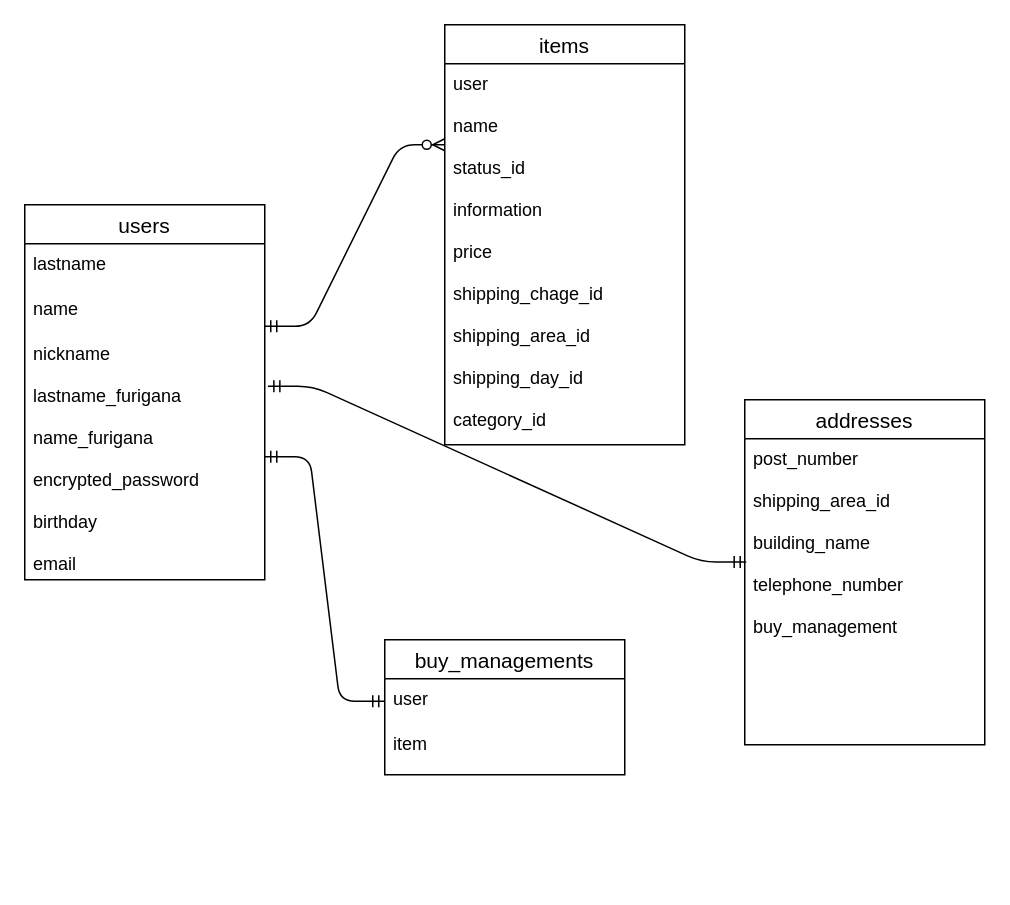
Before: test.dio in Hiroyuki0083/furima-32367, a draw.io diagram. Source tidied: cells renumbered, new cells numbered last; positions are measured from the earlier drawing's top-left corner, leaving out a move shared by most shapes. Both pictures are drawn from the tidied source at 150%, with x=0, y=0 at pixel (24, 24).
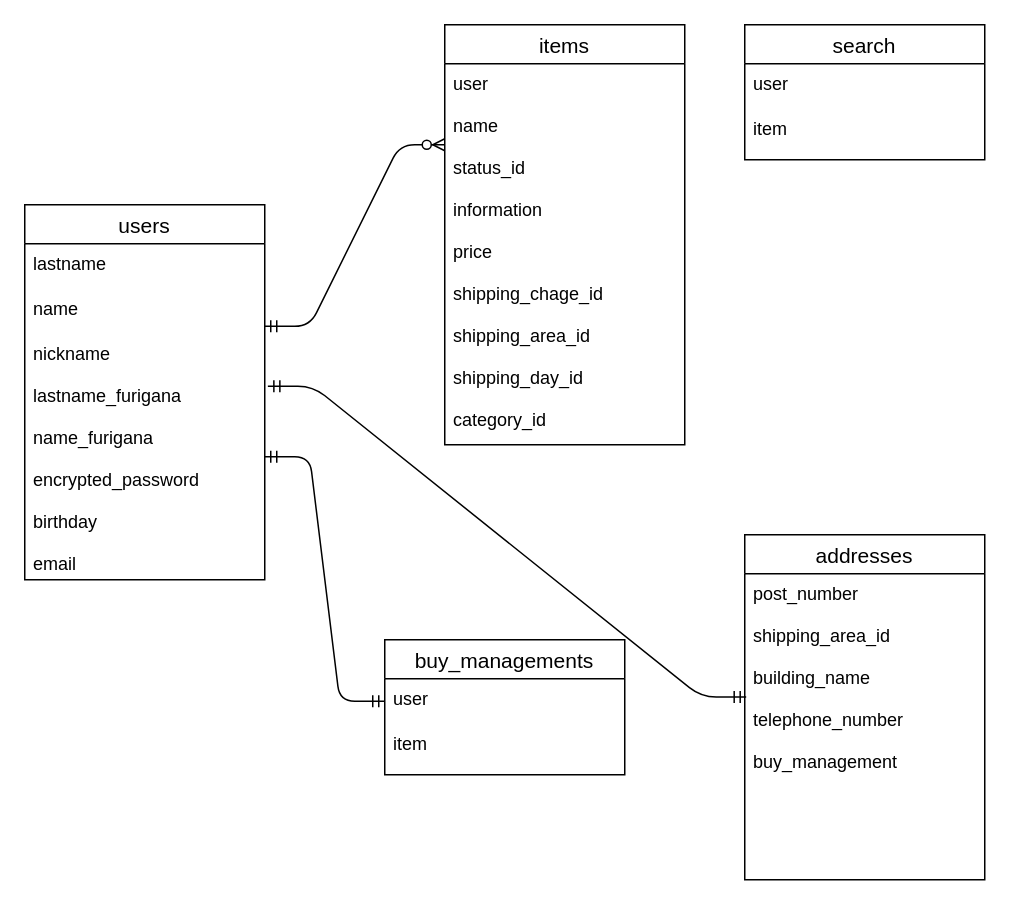
After the change.

Commit message (it also covers changes not shown here):
search_category、productモデル作成

The edit, as a diff of the source:
```diff
@@
 <mxGraphModel>
   <root>
     <mxCell id="0" />
     <mxCell id="1" parent="0" />
     <mxCell id="2" value="users" style="swimlane;fontStyle=0;horizontal=1;startSize=26;align=center;fontSize=14;" parent="1" vertex="1">
       <mxGeometry y="120" width="160" height="250" as="geometry" />
     </mxCell>
     <mxCell id="3" value="lastname" style="text;strokeColor=none;fillColor=none;spacingLeft=4;spacingRight=4;overflow=hidden;fontSize=12;" parent="2" vertex="1">
       <mxGeometry y="26" width="160" height="30" as="geometry" />
     </mxCell>
     <mxCell id="4" value="name" style="text;strokeColor=none;fillColor=none;spacingLeft=4;spacingRight=4;overflow=hidden;points=[[0,0.5],[1,0.5]];portConstraint=eastwest;fontSize=12;" parent="2" vertex="1">
       <mxGeometry y="56" width="160" height="30" as="geometry" />
     </mxCell>
     <mxCell id="5" value="nickname&#10;&#10;lastname_furigana&#10;&#10;name_furigana&#10;&#10;encrypted_password&#10;&#10;birthday&#10;&#10;email" style="text;strokeColor=none;fillColor=none;spacingLeft=4;spacingRight=4;overflow=hidden;points=[[0,0.5],[1,0.5]];portConstraint=eastwest;fontSize=12;" parent="2" vertex="1">
       <mxGeometry y="86" width="160" height="164" as="geometry" />
     </mxCell>
     <mxCell id="6" value="buy_managements" style="swimlane;fontStyle=0;horizontal=1;startSize=26;align=center;fontSize=14;" parent="1" vertex="1">
       <mxGeometry x="240" y="410" width="160" height="90" as="geometry" />
     </mxCell>
     <mxCell id="7" value="user" style="text;strokeColor=none;fillColor=none;spacingLeft=4;spacingRight=4;overflow=hidden;points=[[0,0.5],[1,0.5]];portConstraint=eastwest;fontSize=12;" parent="6" vertex="1">
       <mxGeometry y="26" width="160" height="30" as="geometry" />
     </mxCell>
     <mxCell id="8" value="item" style="text;strokeColor=none;fillColor=none;spacingLeft=4;spacingRight=4;overflow=hidden;fontSize=12;" parent="6" vertex="1">
       <mxGeometry y="56" width="160" height="34" as="geometry" />
     </mxCell>
     <mxCell id="9" value="items" style="swimlane;fontStyle=0;horizontal=1;startSize=26;align=center;fontSize=14;" parent="1" vertex="1">
       <mxGeometry x="280" width="160" height="280" as="geometry" />
     </mxCell>
     <mxCell id="10" value="user&#10;&#10;name&#10;&#10;status_id&#10;&#10;information&#10;&#10;price&#10;&#10;shipping_chage_id&#10;&#10;shipping_area_id&#10;&#10;shipping_day_id&#10;&#10;category_id" style="text;strokeColor=none;fillColor=none;spacingLeft=4;spacingRight=4;overflow=hidden;fontSize=12;" parent="9" vertex="1">
       <mxGeometry y="26" width="160" height="254" as="geometry" />
     </mxCell>
     <mxCell id="11" style="edgeStyle=entityRelationEdgeStyle;fontSize=12;html=1;endArrow=ERzeroToMany;startArrow=ERmandOne;exitX=1;exitY=0.833;exitDx=0;exitDy=0;exitPerimeter=0;" parent="1" edge="1" source="4">
       <mxGeometry relative="1" as="geometry">
         <mxPoint x="280" y="80" as="targetPoint" />
       </mxGeometry>
     </mxCell>
     <mxCell id="12" style="edgeStyle=entityRelationEdgeStyle;fontSize=12;html=1;endArrow=ERmandOne;startArrow=ERmandOne;entryX=0;entryY=0.5;entryDx=0;entryDy=0;" parent="1" edge="1" source="5" target="7">
       <mxGeometry relative="1" as="geometry" />
     </mxCell>
     <mxCell id="13" value="addresses" style="swimlane;fontStyle=0;horizontal=1;startSize=26;align=center;fontSize=14;" parent="1" vertex="1">
-      <mxGeometry x="480" y="250" width="160" height="230" as="geometry" />
+      <mxGeometry x="480" y="340" width="160" height="230" as="geometry" />
     </mxCell>
     <mxCell id="14" value="post_number&#10;&#10;shipping_area_id&#10;&#10;building_name&#10;&#10;telephone_number&#10;&#10;buy_management" style="text;strokeColor=none;fillColor=none;spacingLeft=4;spacingRight=4;overflow=hidden;points=[[0,0.5],[1,0.5]];portConstraint=eastwest;fontSize=12;" parent="13" vertex="1">
       <mxGeometry y="26" width="160" height="204" as="geometry" />
     </mxCell>
     <mxCell id="15" style="edgeStyle=entityRelationEdgeStyle;fontSize=12;html=1;endArrow=ERmandOne;startArrow=ERmandOne;entryX=0.006;entryY=0.403;entryDx=0;entryDy=0;entryPerimeter=0;exitX=1.013;exitY=0.213;exitDx=0;exitDy=0;exitPerimeter=0;" parent="1" edge="1" source="5" target="14">
       <mxGeometry relative="1" as="geometry" />
     </mxCell>
+    <mxCell id="16" value="search" style="swimlane;fontStyle=0;horizontal=1;startSize=26;align=center;fontSize=14;" parent="1" vertex="1">
+      <mxGeometry x="480" width="160" height="90" as="geometry" />
+    </mxCell>
+    <mxCell id="17" value="user" style="text;strokeColor=none;fillColor=none;spacingLeft=4;spacingRight=4;overflow=hidden;fontSize=12;" parent="16" vertex="1">
+      <mxGeometry y="26" width="160" height="30" as="geometry" />
+    </mxCell>
+    <mxCell id="18" value="item" style="text;strokeColor=none;fillColor=none;spacingLeft=4;spacingRight=4;overflow=hidden;fontSize=12;" parent="16" vertex="1">
+      <mxGeometry y="56" width="160" height="34" as="geometry" />
+    </mxCell>
   </root>
 </mxGraphModel>
```
